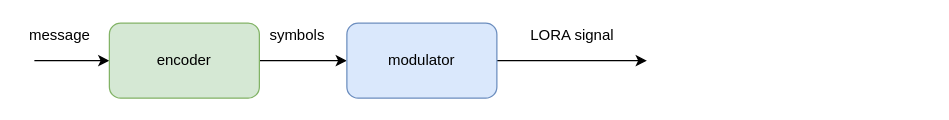
Earlier version of the draw.io diagram page "modulator - encoder" (1 of 12) of doc/LORA.drawio (giladdanin10/LORA). Source tidied: cells renumbered, new cells numbered last; positions are measured from the earlier drawing's top-left corner, leaving out a move shared by most shapes. Both pictures are drawn from the tidied source at 125%, with x=0, y=0 at pixel (21, 22).
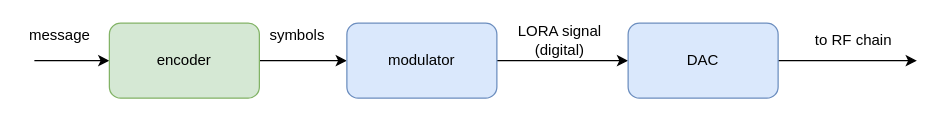
The same page after the edit.

Change to the diagram source:
```diff
@@
 <mxGraphModel>
   <root>
     <mxCell id="0" />
     <mxCell id="1" parent="0" />
     <mxCell id="2" style="edgeStyle=orthogonalEdgeStyle;rounded=0;jettySize=auto;html=1;startArrow=classic;startFill=1;endArrow=none;endFill=0;" parent="1" edge="1" source="4">
       <mxGeometry relative="1" as="geometry">
         <mxPoint x="10" y="30" as="targetPoint" />
       </mxGeometry>
     </mxCell>
     <mxCell id="3" style="edgeStyle=orthogonalEdgeStyle;rounded=0;jettySize=auto;html=1;startArrow=none;startFill=0;endArrow=classic;endFill=1;" parent="1" edge="1" source="4" target="6">
       <mxGeometry relative="1" as="geometry" />
     </mxCell>
     <mxCell id="4" value="encoder" style="rounded=1;whiteSpace=wrap;html=1;fillColor=#d5e8d4;strokeColor=#82b366;" parent="1" vertex="1">
       <mxGeometry x="70" width="120" height="60" as="geometry" />
     </mxCell>
-    <mxCell id="5" style="edgeStyle=orthogonalEdgeStyle;rounded=0;jettySize=auto;html=1;startArrow=none;startFill=0;endArrow=classic;endFill=1;" parent="1" edge="1" source="6">
-      <mxGeometry relative="1" as="geometry">
-        <mxPoint x="500" y="30" as="targetPoint" />
-      </mxGeometry>
-    </mxCell>
+    <mxCell id="10" style="edgeStyle=orthogonalEdgeStyle;rounded=0;jettySize=auto;html=1;entryX=0;entryY=0.5;entryDx=0;entryDy=0;" parent="1" edge="1" source="6" target="12">
+      <mxGeometry relative="1" as="geometry" />
+    </mxCell>
     <mxCell id="6" value="modulator" style="rounded=1;whiteSpace=wrap;html=1;fillColor=#dae8fc;strokeColor=#6c8ebf;" parent="1" vertex="1">
       <mxGeometry x="260" width="120" height="60" as="geometry" />
     </mxCell>
     <mxCell id="7" value="message" style="text;html=1;align=center;verticalAlign=middle;" parent="1" vertex="1">
       <mxGeometry width="60" height="20" as="geometry" />
     </mxCell>
     <mxCell id="8" value="symbols" style="text;html=1;align=center;verticalAlign=middle;" parent="1" vertex="1">
       <mxGeometry x="190" width="60" height="20" as="geometry" />
     </mxCell>
-    <mxCell id="9" value="LORA signal" style="text;html=1;align=center;verticalAlign=middle;" parent="1" vertex="1">
-      <mxGeometry x="400" width="80" height="20" as="geometry" />
+    <mxCell id="9" value="LORA signal &lt;br&gt;(digital)" style="text;html=1;align=center;verticalAlign=middle;" parent="1" vertex="1">
+      <mxGeometry x="392" y="-1.5" width="76" height="31" as="geometry" />
     </mxCell>
+    <mxCell id="11" style="edgeStyle=orthogonalEdgeStyle;rounded=0;jettySize=auto;html=1;" parent="1" edge="1" source="12">
+      <mxGeometry relative="1" as="geometry">
+        <mxPoint x="716" y="30" as="targetPoint" />
+      </mxGeometry>
+    </mxCell>
+    <mxCell id="12" value="DAC" style="rounded=1;whiteSpace=wrap;html=1;fillColor=#dae8fc;strokeColor=#6c8ebf;" parent="1" vertex="1">
+      <mxGeometry x="485" width="120" height="60" as="geometry" />
+    </mxCell>
+    <mxCell id="13" value="to RF chain" style="text;html=1;align=center;verticalAlign=middle;" parent="1" vertex="1">
+      <mxGeometry x="629" y="5" width="72" height="18" as="geometry" />
+    </mxCell>
   </root>
 </mxGraphModel>
```
